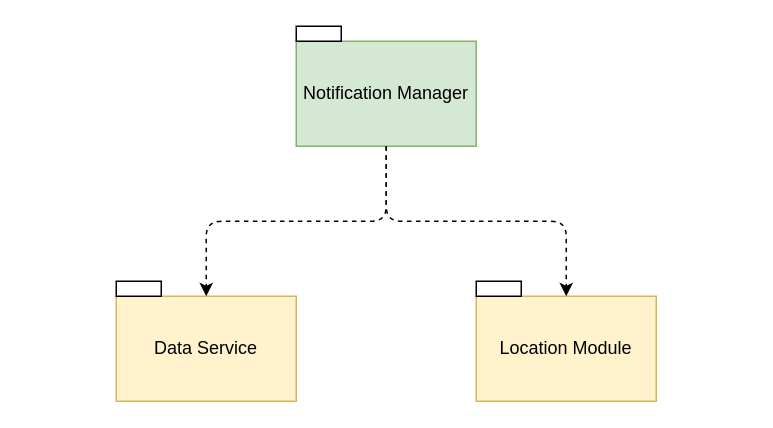
EtionPinari/PinariRomeoSbrolli keeps this draw.io diagram as Relevant DD information/Test Integration/Notification_Manager_Test.drawio. Above is the earlier version. Source tidied: cells renumbered, new cells numbered last; positions are measured from the earlier drawing's top-left corner, leaving out a move shared by most shapes. Both pictures are drawn from the tidied source at 150%, with x=0, y=0 at pixel (116, 26).
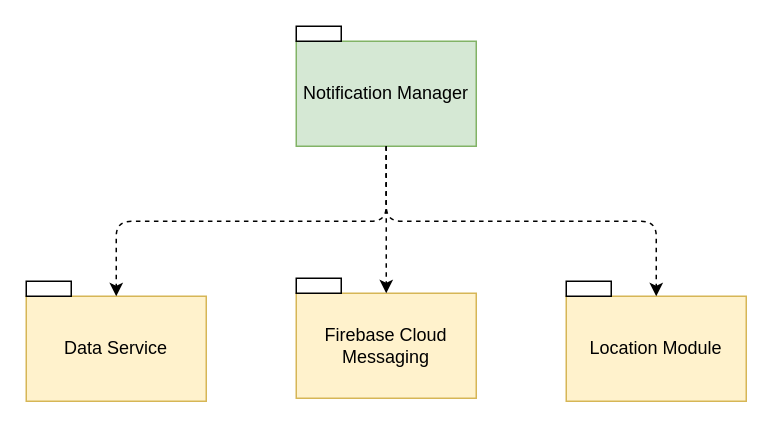
The same diagram, later.

Unchanged cells that the change refers to:
```xml
<mxCell id="3" value="Data Service" style="rounded=0;whiteSpace=wrap;html=1;fillColor=#fff2cc;strokeColor=#d6b656;" parent="2" vertex="1">
  <mxGeometry y="10" width="120" height="70" as="geometry" />
</mxCell>
<mxCell id="6" value="Notification Manager" style="rounded=0;whiteSpace=wrap;html=1;fillColor=#d5e8d4;strokeColor=#82b366;" parent="5" vertex="1">
  <mxGeometry y="10" width="120" height="70" as="geometry" />
</mxCell>
<mxCell id="10" value="Location Module" style="rounded=0;whiteSpace=wrap;html=1;fillColor=#fff2cc;strokeColor=#d6b656;" parent="9" vertex="1">
  <mxGeometry y="10" width="120" height="70" as="geometry" />
</mxCell>
```

The edit, as a diff of the source:
```diff
@@
     <mxCell id="2" style="group;" parent="1" vertex="1">
-      <mxGeometry y="170" width="120" height="80" as="geometry" />
+      <mxGeometry x="-60" y="170" width="120" height="80" as="geometry" />
     </mxCell>
@@
     <mxCell id="8" style="endArrow=classic;html=1;exitX=0.5;exitY=1;exitDx=0;exitDy=0;entryX=0.5;entryY=0;entryDx=0;entryDy=0;dashed=1;" parent="1" edge="1" source="6" target="3">
       <mxGeometry relative="1" as="geometry">
         <Array as="points">
           <mxPoint x="180" y="130" />
           <mxPoint x="120" y="130" />
           <mxPoint x="60" y="130" />
+          <mxPoint y="130" />
         </Array>
       </mxGeometry>
     </mxCell>
     <mxCell id="9" style="group;fillColor=none;" parent="1" vertex="1">
-      <mxGeometry x="240" y="170" width="120" height="80" as="geometry" />
+      <mxGeometry x="300" y="170" width="120" height="80" as="geometry" />
     </mxCell>
@@
     <mxCell id="12" style="endArrow=classic;html=1;dashed=1;exitX=0.5;exitY=1;exitDx=0;exitDy=0;entryX=0.5;entryY=0;entryDx=0;entryDy=0;" parent="1" edge="1" source="6" target="10">
       <mxGeometry relative="1" as="geometry">
         <Array as="points">
           <mxPoint x="180" y="130" />
           <mxPoint x="300" y="130" />
+          <mxPoint x="360" y="130" />
         </Array>
       </mxGeometry>
     </mxCell>
+    <mxCell id="13" style="group;" parent="1" vertex="1">
+      <mxGeometry x="120" y="168" width="120" height="80" as="geometry" />
+    </mxCell>
+    <mxCell id="14" value="Firebase Cloud Messaging" style="rounded=0;whiteSpace=wrap;html=1;fillColor=#fff2cc;strokeColor=#d6b656;" parent="13" vertex="1">
+      <mxGeometry y="10" width="120" height="70" as="geometry" />
+    </mxCell>
+    <mxCell id="15" style="rounded=0;whiteSpace=wrap;html=1;" parent="13" vertex="1">
+      <mxGeometry width="30" height="10" as="geometry" />
+    </mxCell>
+    <mxCell id="16" style="endArrow=classic;html=1;exitX=0.5;exitY=1;exitDx=0;exitDy=0;entryX=0.5;entryY=0;entryDx=0;entryDy=0;dashed=1;" parent="1" edge="1" source="6" target="14">
+      <mxGeometry relative="1" as="geometry" />
+    </mxCell>
```
